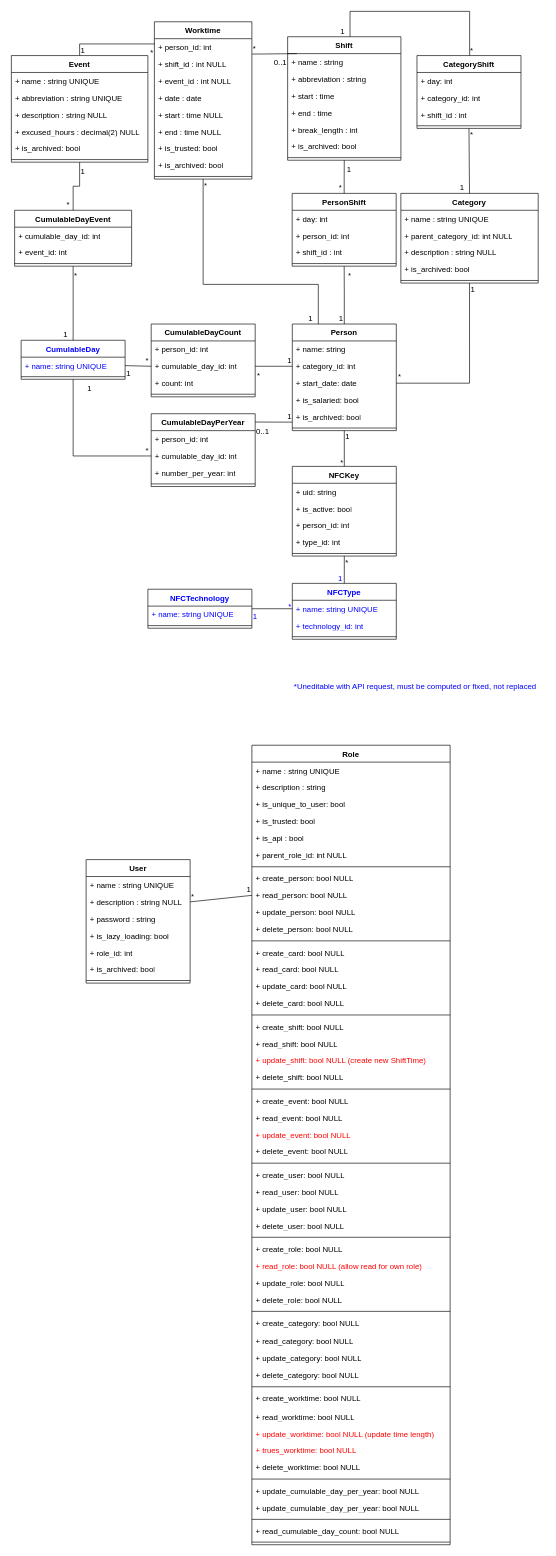
The draw.io diagram TimeManagerMLD.drawio in FrShao/TimeManager, before the edit. Source tidied: cells renumbered, new cells numbered last; positions are measured from the earlier drawing's top-left corner, leaving out a move shared by most shapes. Both pictures are drawn from the tidied source at 65%, with x=0, y=0 at pixel (11, 11).
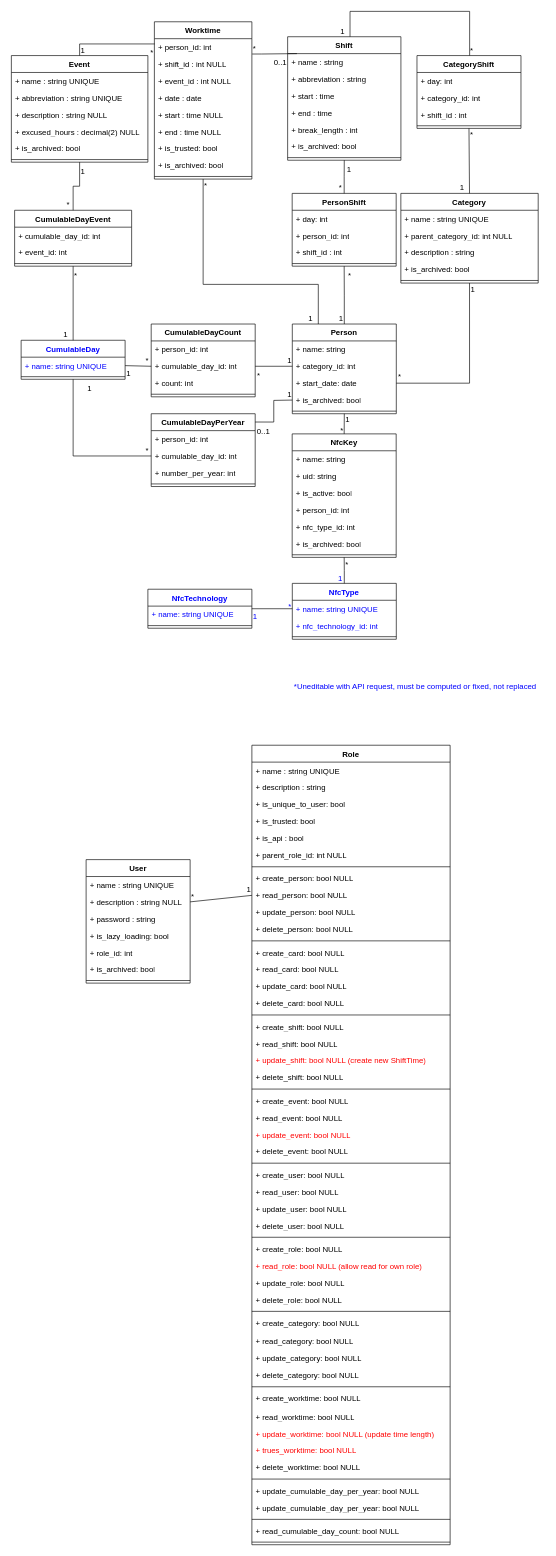
After the change.

Commit message (it also covers changes not shown here):
Mettre à jour TimeManagerMLD.drawio

Unchanged cells that the change refers to:
```xml
<mxCell id="63" value="Category" style="swimlane;fontStyle=1;align=center;verticalAlign=top;horizontal=1;startSize=26;whiteSpace=wrap;html=1;" parent="1" vertex="1">
  <mxGeometry x="599.2" y="280" width="211.3" height="138" as="geometry" />
</mxCell>
<mxCell id="121" value="CumulableDayPerYear" style="swimlane;fontStyle=1;align=center;verticalAlign=top;horizontal=1;startSize=26;whiteSpace=wrap;html=1;" parent="1" vertex="1">
  <mxGeometry x="215.1" y="619" width="160" height="112" as="geometry" />
</mxCell>
```

The edit, as a diff of the source:
```diff
@@
     <mxCell id="2" value="Person" style="swimlane;fontStyle=1;align=center;verticalAlign=top;horizontal=1;startSize=26;whiteSpace=wrap;html=1;" parent="1" vertex="1">
-      <mxGeometry x="432.2" y="481" width="160" height="164" as="geometry" />
+      <mxGeometry x="432.2" y="481" width="160" height="138" as="geometry" />
     </mxCell>
@@
-    <mxCell id="6" value="+ is_salaried: bool" style="text;strokeColor=none;fillColor=none;align=left;verticalAlign=top;spacingLeft=4;spacingRight=4;overflow=hidden;whiteSpace=wrap;html=1;" parent="2" vertex="1">
-      <mxGeometry y="104" width="160" height="26" as="geometry" />
-    </mxCell>
     <mxCell id="7" value="+ is_archived: bool" style="text;strokeColor=none;fillColor=none;align=left;verticalAlign=top;spacingLeft=4;spacingRight=4;overflow=hidden;points=[[0,0.5],[1,0.5]];portConstraint=eastwest;whiteSpace=wrap;html=1;" parent="2" vertex="1">
-      <mxGeometry y="130" width="160" height="26" as="geometry" />
+      <mxGeometry y="104" width="160" height="26" as="geometry" />
     </mxCell>
     <mxCell id="8" style="line;strokeWidth=1;fillColor=none;align=left;verticalAlign=middle;spacingTop=-1;spacingLeft=3;spacingRight=3;labelPosition=right;strokeColor=inherit;" parent="2" vertex="1">
-      <mxGeometry y="156" width="160" height="8" as="geometry" />
+      <mxGeometry y="130" width="160" height="8" as="geometry" />
     </mxCell>
@@
-    <mxCell id="66" value="+ description : string NULL" style="text;strokeColor=none;fillColor=none;align=left;verticalAlign=top;spacingLeft=4;spacingRight=4;overflow=hidden;whiteSpace=wrap;html=1;" parent="63" vertex="1">
+    <mxCell id="66" value="+ description : string" style="text;strokeColor=none;fillColor=none;align=left;verticalAlign=top;spacingLeft=4;spacingRight=4;overflow=hidden;whiteSpace=wrap;html=1;" parent="63" vertex="1">
       <mxGeometry y="78" width="211.3" height="26" as="geometry" />
     </mxCell>
@@
-    <mxCell id="146" style="endArrow=none;html=1;rounded=0;exitX=-0.002;exitY=0.804;exitDx=0;exitDy=0;entryX=1;entryY=0.114;entryDx=0;entryDy=0;entryPerimeter=0;exitPerimeter=0;edgeStyle=orthogonalEdgeStyle;" parent="1" edge="1" source="7" target="121">
-      <mxGeometry relative="1" as="geometry" />
+    <mxCell id="146" style="endArrow=none;html=1;rounded=0;exitX=0;exitY=0.5;exitDx=0;exitDy=0;entryX=1;entryY=0.114;entryDx=0;entryDy=0;entryPerimeter=0;edgeStyle=orthogonalEdgeStyle;" parent="1" edge="1" target="121">
+      <mxGeometry relative="1" as="geometry">
+        <mxPoint x="432.2" y="598" as="sourcePoint" />
+      </mxGeometry>
     </mxCell>
@@
-    <mxCell id="159" value="NFCKey" style="swimlane;fontStyle=1;align=center;verticalAlign=top;horizontal=1;startSize=26;whiteSpace=wrap;html=1;" parent="1" vertex="1">
-      <mxGeometry x="432.2" y="700" width="160" height="138" as="geometry" />
+    <mxCell id="159" value="NfcKey" style="swimlane;fontStyle=1;align=center;verticalAlign=top;horizontal=1;startSize=26;whiteSpace=wrap;html=1;" parent="1" vertex="1">
+      <mxGeometry x="432" y="650" width="160" height="190" as="geometry" />
     </mxCell>
+    <mxCell id="197" value="+ name: string" style="text;strokeColor=none;fillColor=none;align=left;verticalAlign=top;spacingLeft=4;spacingRight=4;overflow=hidden;whiteSpace=wrap;html=1;" parent="159" vertex="1">
+      <mxGeometry y="26" width="160" height="26" as="geometry" />
+    </mxCell>
     <mxCell id="160" value="+ uid: string" style="text;strokeColor=none;fillColor=none;align=left;verticalAlign=top;spacingLeft=4;spacingRight=4;overflow=hidden;whiteSpace=wrap;html=1;" parent="159" vertex="1">
-      <mxGeometry y="26" width="160" height="26" as="geometry" />
+      <mxGeometry y="52" width="160" height="26" as="geometry" />
     </mxCell>
     <mxCell id="161" value="+ is_active: bool" style="text;strokeColor=none;fillColor=none;align=left;verticalAlign=top;spacingLeft=4;spacingRight=4;overflow=hidden;whiteSpace=wrap;html=1;" parent="159" vertex="1">
-      <mxGeometry y="52" width="160" height="26" as="geometry" />
+      <mxGeometry y="78" width="160" height="26" as="geometry" />
     </mxCell>
     <mxCell id="162" value="+ person_id: int" style="text;strokeColor=none;fillColor=none;align=left;verticalAlign=top;spacingLeft=4;spacingRight=4;overflow=hidden;whiteSpace=wrap;html=1;" parent="159" vertex="1">
-      <mxGeometry y="78" width="160" height="26" as="geometry" />
+      <mxGeometry y="104" width="160" height="26" as="geometry" />
     </mxCell>
-    <mxCell id="163" value="+ type_id: int" style="text;strokeColor=none;fillColor=none;align=left;verticalAlign=top;spacingLeft=4;spacingRight=4;overflow=hidden;whiteSpace=wrap;html=1;" parent="159" vertex="1">
-      <mxGeometry y="104" width="160" height="26" as="geometry" />
+    <mxCell id="163" value="+ nfc_&lt;span style=&quot;background-color: initial;&quot;&gt;type_id: int&lt;/span&gt;" style="text;strokeColor=none;fillColor=none;align=left;verticalAlign=top;spacingLeft=4;spacingRight=4;overflow=hidden;whiteSpace=wrap;html=1;" parent="159" vertex="1">
+      <mxGeometry y="130" width="160" height="26" as="geometry" />
     </mxCell>
+    <mxCell id="198" value="+ is_archived: bool" style="text;strokeColor=none;fillColor=none;align=left;verticalAlign=top;spacingLeft=4;spacingRight=4;overflow=hidden;whiteSpace=wrap;html=1;" parent="159" vertex="1">
+      <mxGeometry y="156" width="160" height="26" as="geometry" />
+    </mxCell>
     <mxCell id="164" style="line;strokeWidth=1;fillColor=none;align=left;verticalAlign=middle;spacingTop=-1;spacingLeft=3;spacingRight=3;labelPosition=right;strokeColor=inherit;" parent="159" vertex="1">
-      <mxGeometry y="130" width="160" height="8" as="geometry" />
+      <mxGeometry y="182" width="160" height="8" as="geometry" />
     </mxCell>
-    <mxCell id="165" value="NFCType" style="swimlane;fontStyle=1;align=center;verticalAlign=top;horizontal=1;startSize=26;whiteSpace=wrap;html=1;fontColor=#0000FF;" parent="1" vertex="1">
+    <mxCell id="165" value="NfcType" style="swimlane;fontStyle=1;align=center;verticalAlign=top;horizontal=1;startSize=26;whiteSpace=wrap;html=1;fontColor=#0000FF;" parent="1" vertex="1">
       <mxGeometry x="432.2" y="880" width="160" height="86" as="geometry" />
     </mxCell>
@@
-    <mxCell id="167" value="+ technology_id: int" style="text;strokeColor=none;fillColor=none;align=left;verticalAlign=top;spacingLeft=4;spacingRight=4;overflow=hidden;whiteSpace=wrap;html=1;fontColor=#0000FF;" parent="165" vertex="1">
+    <mxCell id="167" value="+ nfc_technology_id: int" style="text;strokeColor=none;fillColor=none;align=left;verticalAlign=top;spacingLeft=4;spacingRight=4;overflow=hidden;whiteSpace=wrap;html=1;fontColor=#0000FF;" parent="165" vertex="1">
       <mxGeometry y="52" width="160" height="26" as="geometry" />
     </mxCell>
@@
-    <mxCell id="169" value="NFCTechnology" style="swimlane;fontStyle=1;align=center;verticalAlign=top;horizontal=1;startSize=26;whiteSpace=wrap;html=1;fontColor=#0000FF;" parent="1" vertex="1">
+    <mxCell id="169" value="NfcTechnology" style="swimlane;fontStyle=1;align=center;verticalAlign=top;horizontal=1;startSize=26;whiteSpace=wrap;html=1;fontColor=#0000FF;" parent="1" vertex="1">
       <mxGeometry x="210" y="889" width="160" height="60" as="geometry" />
     </mxCell>
```
